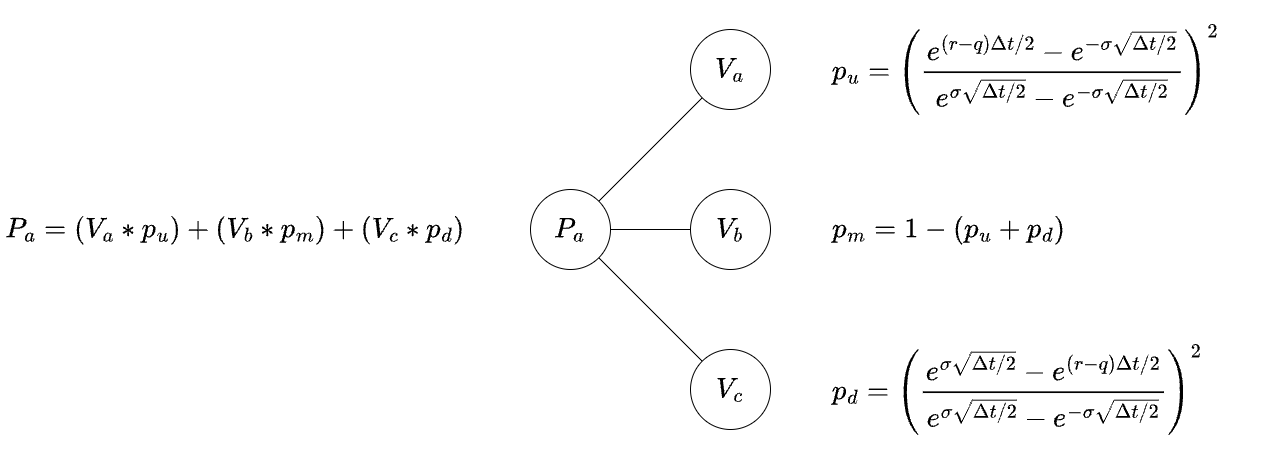
Above: content/articles/How to Calculate an Innovation Option/return_equations_applied.png in innovation-options/innovation-options (draw.io), before the change. Source tidied: cells renumbered, new cells last; positions are measured from the earlier drawing's top-left corner, leaving out a move shared by most shapes. Source of this version:
```xml
<mxGraphModel math="1">
  <root>
    <mxCell id="0" />
    <mxCell id="1" parent="0" />
    <mxCell id="2" value="$$p_u = \left(\frac{e^{(r - q)  \Delta t / 2}- e^{-\sigma\sqrt {\Delta t/2}}}{e^{\sigma\sqrt {\Delta t/2}}- e^{-\sigma\sqrt {\Delta t/2}}}\right)^2 \,$$" style="text;whiteSpace=wrap;fontSize=24;verticalAlign=middle;" parent="1" vertex="1">
      <mxGeometry x="830" width="440" height="80" as="geometry" />
    </mxCell>
    <mxCell id="3" value="$$p_d = \left(\frac{e^{\sigma\sqrt {\Delta t/2}}-e^{(r - q)  \Delta t / 2}}{e^{\sigma\sqrt {\Delta t/2}}- e^{-\sigma\sqrt {\Delta t/2}}}\right)^2 \,$$" style="text;whiteSpace=wrap;fontSize=24;verticalAlign=middle;" parent="1" vertex="1">
      <mxGeometry x="830" y="320" width="220" height="80" as="geometry" />
    </mxCell>
    <mxCell id="4" value="$$p_m = 1 - (p_u + p_d) \,$$" style="text;whiteSpace=wrap;fontSize=24;verticalAlign=middle;" parent="1" vertex="1">
      <mxGeometry x="830" y="160" width="220" height="80" as="geometry" />
    </mxCell>
    <mxCell id="5" value="&lt;i style=&quot;font-size: 24px;&quot;&gt;$$V_a$$&lt;/i&gt;" style="ellipse;whiteSpace=wrap;html=1;fontSize=24;" parent="1" vertex="1">
      <mxGeometry x="690" width="80" height="80" as="geometry" />
    </mxCell>
    <mxCell id="6" value="&lt;i style=&quot;font-size: 24px;&quot;&gt;$$V_b$$&lt;/i&gt;" style="ellipse;whiteSpace=wrap;html=1;fontSize=24;" parent="1" vertex="1">
      <mxGeometry x="690" y="160" width="80" height="80" as="geometry" />
    </mxCell>
    <mxCell id="7" value="$$V_c$$" style="ellipse;whiteSpace=wrap;html=1;fontSize=24;" parent="1" vertex="1">
      <mxGeometry x="690" y="320" width="80" height="80" as="geometry" />
    </mxCell>
    <mxCell id="8" value="$$P_a$$" style="ellipse;whiteSpace=wrap;html=1;fontSize=24;" parent="1" vertex="1">
      <mxGeometry x="530" y="160" width="80" height="80" as="geometry" />
    </mxCell>
    <mxCell id="9" style="endArrow=none;html=1;rounded=0;fontSize=24;" parent="1" edge="1" source="8" target="6">
      <mxGeometry relative="1" as="geometry" />
    </mxCell>
    <mxCell id="10" style="endArrow=none;html=1;rounded=0;fontSize=24;" parent="1" edge="1" source="8" target="5">
      <mxGeometry relative="1" as="geometry" />
    </mxCell>
    <mxCell id="11" style="endArrow=none;html=1;rounded=0;fontSize=24;" parent="1" edge="1" source="8" target="7">
      <mxGeometry relative="1" as="geometry" />
    </mxCell>
    <mxCell id="12" value="$$P_a = \left(V_a*p_u\right)+\left(V_b*p_m\right)+\left(V_c*p_d\right)$$" style="text;html=1;align=center;verticalAlign=middle;whiteSpace=wrap;rounded=0;fontSize=24;" parent="1" vertex="1">
      <mxGeometry y="160" width="470" height="80" as="geometry" />
    </mxCell>
  </root>
</mxGraphModel>
```
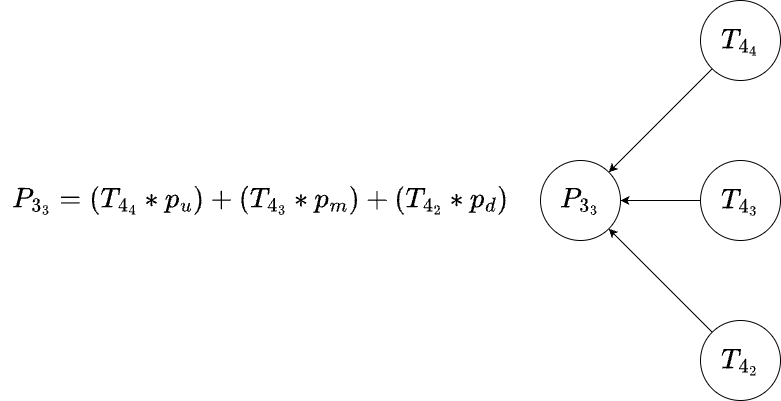
Later version of the same file.

Diff of the diagram source:
```diff
@@ -2,38 +2,29 @@
   <root>
     <mxCell id="0" />
     <mxCell id="1" parent="0" />
-    <mxCell id="2" value="$$p_u = \left(\frac{e^{(r - q)  \Delta t / 2}- e^{-\sigma\sqrt {\Delta t/2}}}{e^{\sigma\sqrt {\Delta t/2}}- e^{-\sigma\sqrt {\Delta t/2}}}\right)^2 \,$$" style="text;whiteSpace=wrap;fontSize=24;verticalAlign=middle;" parent="1" vertex="1">
-      <mxGeometry x="830" width="440" height="80" as="geometry" />
-    </mxCell>
-    <mxCell id="3" value="$$p_d = \left(\frac{e^{\sigma\sqrt {\Delta t/2}}-e^{(r - q)  \Delta t / 2}}{e^{\sigma\sqrt {\Delta t/2}}- e^{-\sigma\sqrt {\Delta t/2}}}\right)^2 \,$$" style="text;whiteSpace=wrap;fontSize=24;verticalAlign=middle;" parent="1" vertex="1">
-      <mxGeometry x="830" y="320" width="220" height="80" as="geometry" />
-    </mxCell>
-    <mxCell id="4" value="$$p_m = 1 - (p_u + p_d) \,$$" style="text;whiteSpace=wrap;fontSize=24;verticalAlign=middle;" parent="1" vertex="1">
-      <mxGeometry x="830" y="160" width="220" height="80" as="geometry" />
-    </mxCell>
-    <mxCell id="5" value="&lt;i style=&quot;font-size: 24px;&quot;&gt;$$V_a$$&lt;/i&gt;" style="ellipse;whiteSpace=wrap;html=1;fontSize=24;" parent="1" vertex="1">
+    <mxCell id="5" value="&lt;i style=&quot;font-size: 24px;&quot;&gt;$$T_{4_4}$$&lt;/i&gt;" style="ellipse;whiteSpace=wrap;html=1;fontSize=24;" parent="1" vertex="1">
       <mxGeometry x="690" width="80" height="80" as="geometry" />
     </mxCell>
-    <mxCell id="6" value="&lt;i style=&quot;font-size: 24px;&quot;&gt;$$V_b$$&lt;/i&gt;" style="ellipse;whiteSpace=wrap;html=1;fontSize=24;" parent="1" vertex="1">
+    <mxCell id="6" value="&lt;i style=&quot;font-size: 24px;&quot;&gt;$$T_{4_3}$$&lt;/i&gt;" style="ellipse;whiteSpace=wrap;html=1;fontSize=24;" parent="1" vertex="1">
       <mxGeometry x="690" y="160" width="80" height="80" as="geometry" />
     </mxCell>
-    <mxCell id="7" value="$$V_c$$" style="ellipse;whiteSpace=wrap;html=1;fontSize=24;" parent="1" vertex="1">
+    <mxCell id="7" value="$$T_{4_2}$$" style="ellipse;whiteSpace=wrap;html=1;fontSize=24;" parent="1" vertex="1">
       <mxGeometry x="690" y="320" width="80" height="80" as="geometry" />
     </mxCell>
-    <mxCell id="8" value="$$P_a$$" style="ellipse;whiteSpace=wrap;html=1;fontSize=24;" parent="1" vertex="1">
+    <mxCell id="8" value="$$P_{3_3}$$" style="ellipse;whiteSpace=wrap;html=1;fontSize=24;" parent="1" vertex="1">
       <mxGeometry x="530" y="160" width="80" height="80" as="geometry" />
     </mxCell>
-    <mxCell id="9" style="endArrow=none;html=1;rounded=0;fontSize=24;" parent="1" edge="1" source="8" target="6">
+    <mxCell id="9" style="endArrow=none;html=1;rounded=0;fontSize=24;startArrow=classic;startFill=1;" parent="1" edge="1" source="8" target="6">
       <mxGeometry relative="1" as="geometry" />
     </mxCell>
-    <mxCell id="10" style="endArrow=none;html=1;rounded=0;fontSize=24;" parent="1" edge="1" source="8" target="5">
+    <mxCell id="10" style="endArrow=none;html=1;rounded=0;fontSize=24;startArrow=classic;startFill=1;" parent="1" edge="1" source="8" target="5">
       <mxGeometry relative="1" as="geometry" />
     </mxCell>
-    <mxCell id="11" style="endArrow=none;html=1;rounded=0;fontSize=24;" parent="1" edge="1" source="8" target="7">
+    <mxCell id="11" style="endArrow=none;html=1;rounded=0;fontSize=24;startArrow=classic;startFill=1;" parent="1" edge="1" source="8" target="7">
       <mxGeometry relative="1" as="geometry" />
     </mxCell>
-    <mxCell id="12" value="$$P_a = \left(V_a*p_u\right)+\left(V_b*p_m\right)+\left(V_c*p_d\right)$$" style="text;html=1;align=center;verticalAlign=middle;whiteSpace=wrap;rounded=0;fontSize=24;" parent="1" vertex="1">
-      <mxGeometry y="160" width="470" height="80" as="geometry" />
+    <mxCell id="12" value="$$P_{3_3} = \left(T_{4_4}*p_u\right)+\left(T_{4_3}*p_m\right)+\left(T_{4_2}*p_d\right)$$" style="text;html=1;align=right;verticalAlign=middle;whiteSpace=wrap;rounded=0;fontSize=24;" parent="1" vertex="1">
+      <mxGeometry x="-10" y="75" width="510" height="250" as="geometry" />
     </mxCell>
   </root>
 </mxGraphModel>
```
